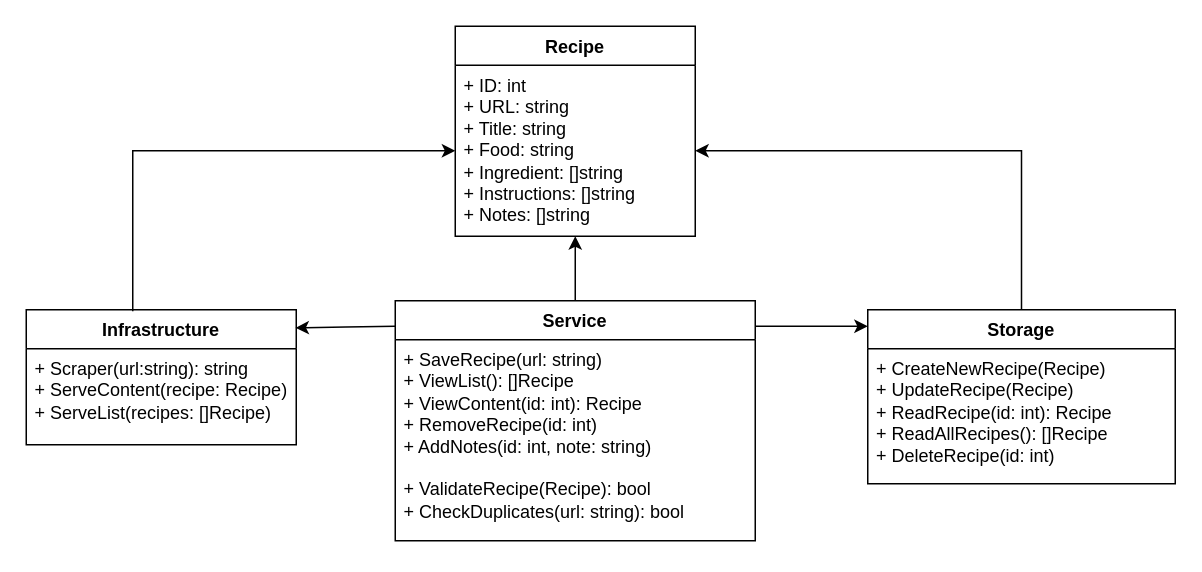
Above: docs/class_diagram.drawio in acosio14/cook-book (draw.io), before the change. Source tidied: cells renumbered, new cells numbered last; positions are measured from the earlier drawing's top-left corner, leaving out a move shared by most shapes. Both pictures are drawn from the tidied source at 150%, with x=0, y=0 at pixel (26, 26).
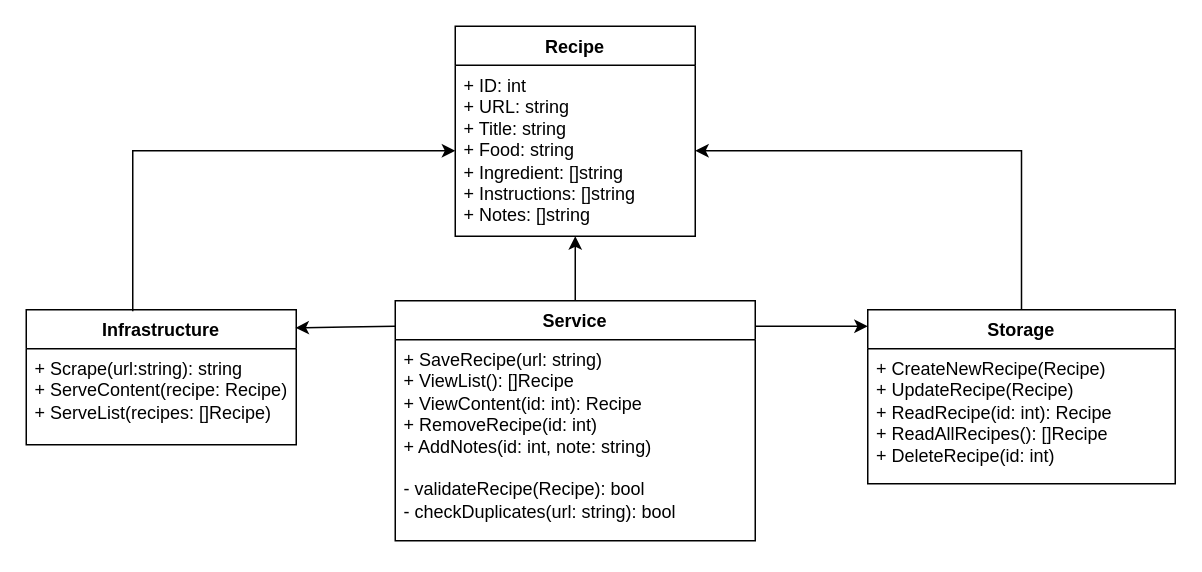
The same page after the edit.

Commit message (it also covers changes not shown here):
doc: update design with sql table schema. update diagram with correct domain definition

Change to the diagram source:
```diff
@@
 <mxGraphModel>
   <root>
     <mxCell id="0" />
     <mxCell id="1" parent="0" />
     <mxCell id="2" style="edgeStyle=orthogonalEdgeStyle;rounded=0;jettySize=auto;html=1;exitX=0.5;exitY=0;exitDx=0;exitDy=0;entryX=0.5;entryY=1;entryDx=0;entryDy=0;" parent="1" edge="1" source="7" target="3">
       <mxGeometry relative="1" as="geometry" />
     </mxCell>
     <mxCell id="3" value="Recipe" style="swimlane;fontStyle=1;align=center;verticalAlign=top;horizontal=1;startSize=26;whiteSpace=wrap;html=1;" parent="1" vertex="1">
       <mxGeometry x="286" width="160" height="140" as="geometry" />
     </mxCell>
     <mxCell id="4" value="&lt;div&gt;+ ID: int&lt;/div&gt;&lt;div&gt;+ URL: string&lt;/div&gt;&lt;div&gt;+ Title: string&lt;/div&gt;&lt;div&gt;+ Food: string&lt;/div&gt;&lt;div&gt;+ Ingredient: []string&lt;/div&gt;&lt;div&gt;+ Instructions: []string&lt;/div&gt;&lt;div&gt;+ Notes: []string&lt;/div&gt;" style="text;strokeColor=none;fillColor=none;align=left;verticalAlign=top;spacingLeft=4;spacingRight=4;overflow=hidden;points=[[0,0.5],[1,0.5]];portConstraint=eastwest;whiteSpace=wrap;html=1;" parent="3" vertex="1">
       <mxGeometry y="26" width="160" height="114" as="geometry" />
     </mxCell>
     <mxCell id="5" value="Storage" style="swimlane;fontStyle=1;align=center;verticalAlign=top;horizontal=1;startSize=26;whiteSpace=wrap;html=1;" parent="1" vertex="1">
       <mxGeometry x="561" y="189" width="205" height="116" as="geometry" />
     </mxCell>
     <mxCell id="6" value="&lt;div&gt;+ CreateNewRecipe(Recipe)&lt;/div&gt;&lt;div&gt;+ UpdateRecipe(Recipe)&lt;/div&gt;&lt;div&gt;+ ReadRecipe(id: int): Recipe&lt;/div&gt;&lt;div&gt;+ ReadAllRecipes(): []Recipe&lt;/div&gt;&lt;div&gt;+ DeleteRecipe(id: int)&lt;/div&gt;" style="text;strokeColor=none;fillColor=none;align=left;verticalAlign=top;spacingLeft=4;spacingRight=4;overflow=hidden;whiteSpace=wrap;html=1;" parent="5" vertex="1">
       <mxGeometry y="26" width="205" height="90" as="geometry" />
     </mxCell>
     <mxCell id="7" value="Service" style="swimlane;fontStyle=1;align=center;verticalAlign=top;horizontal=1;startSize=26;whiteSpace=wrap;html=1;" parent="1" vertex="1">
       <mxGeometry x="246" y="183" width="240" height="160" as="geometry" />
     </mxCell>
-    <mxCell id="8" value="&lt;div&gt;+ SaveRecipe(url: string)&lt;/div&gt;&lt;div&gt;+ ViewList(): []Recipe&lt;/div&gt;&lt;div&gt;+ ViewContent(id: int): Recipe&amp;nbsp;&lt;/div&gt;&lt;div&gt;+ RemoveRecipe(id: int)&lt;br&gt;+ AddNotes(id: int, note: string)&lt;/div&gt;&lt;div&gt;&lt;br&gt;&lt;/div&gt;&lt;div&gt;+ ValidateRecipe(Recipe): bool&lt;/div&gt;&lt;div&gt;+ CheckDuplicates(url: string): bool&lt;/div&gt;&lt;div&gt;&lt;br&gt;&lt;/div&gt;" style="text;strokeColor=none;fillColor=none;align=left;verticalAlign=top;spacingLeft=4;spacingRight=4;overflow=hidden;whiteSpace=wrap;html=1;" parent="7" vertex="1">
+    <mxCell id="8" value="&lt;div&gt;+ SaveRecipe(url: string)&lt;/div&gt;&lt;div&gt;+ ViewList(): []Recipe&lt;/div&gt;&lt;div&gt;+ ViewContent(id: int): Recipe&amp;nbsp;&lt;/div&gt;&lt;div&gt;+ RemoveRecipe(id: int)&lt;br&gt;+ AddNotes(id: int, note: string)&lt;/div&gt;&lt;div&gt;&lt;br&gt;&lt;/div&gt;&lt;div&gt;- validateRecipe(Recipe): bool&lt;/div&gt;&lt;div&gt;- checkDuplicates(url: string): bool&lt;/div&gt;&lt;div&gt;&lt;br&gt;&lt;/div&gt;" style="text;strokeColor=none;fillColor=none;align=left;verticalAlign=top;spacingLeft=4;spacingRight=4;overflow=hidden;whiteSpace=wrap;html=1;" parent="7" vertex="1">
       <mxGeometry y="26" width="240" height="134" as="geometry" />
     </mxCell>
     <mxCell id="9" value="Infrastructure" style="swimlane;fontStyle=1;align=center;verticalAlign=top;horizontal=1;startSize=26;whiteSpace=wrap;html=1;" parent="1" vertex="1">
       <mxGeometry y="189" width="180" height="90" as="geometry" />
     </mxCell>
-    <mxCell id="10" value="&lt;div&gt;+ Scraper(url:string): string&lt;/div&gt;&lt;div&gt;+ ServeContent(recipe: Recipe)&lt;/div&gt;&lt;div&gt;+ ServeList(recipes: []Recipe)&lt;/div&gt;" style="text;strokeColor=none;fillColor=none;align=left;verticalAlign=top;spacingLeft=4;spacingRight=4;overflow=hidden;whiteSpace=wrap;html=1;" parent="9" vertex="1">
+    <mxCell id="10" value="&lt;div&gt;+ Scrape(url:string): string&lt;/div&gt;&lt;div&gt;+ ServeContent(recipe: Recipe)&lt;/div&gt;&lt;div&gt;+ ServeList(recipes: []Recipe)&lt;/div&gt;" style="text;strokeColor=none;fillColor=none;align=left;verticalAlign=top;spacingLeft=4;spacingRight=4;overflow=hidden;whiteSpace=wrap;html=1;" parent="9" vertex="1">
       <mxGeometry y="26" width="180" height="64" as="geometry" />
     </mxCell>
     <mxCell id="11" style="edgeStyle=orthogonalEdgeStyle;rounded=0;jettySize=auto;html=1;exitX=0.5;exitY=0;exitDx=0;exitDy=0;entryX=1;entryY=0.5;entryDx=0;entryDy=0;" parent="1" edge="1" source="5" target="4">
       <mxGeometry relative="1" as="geometry" />
     </mxCell>
     <mxCell id="12" style="edgeStyle=orthogonalEdgeStyle;rounded=0;jettySize=auto;html=1;entryX=0.997;entryY=0.134;entryDx=0;entryDy=0;entryPerimeter=0;" parent="1" edge="1" target="9">
       <mxGeometry relative="1" as="geometry">
         <mxPoint x="246" y="200" as="sourcePoint" />
       </mxGeometry>
     </mxCell>
     <mxCell id="13" style="edgeStyle=orthogonalEdgeStyle;rounded=0;orthogonalLoop=1;jettySize=auto;html=1;" parent="1" edge="1">
       <mxGeometry relative="1" as="geometry">
         <mxPoint x="486" y="200" as="sourcePoint" />
         <mxPoint x="561" y="200" as="targetPoint" />
         <Array as="points">
           <mxPoint x="556" y="200" />
         </Array>
       </mxGeometry>
     </mxCell>
     <mxCell id="14" style="edgeStyle=orthogonalEdgeStyle;rounded=0;jettySize=auto;html=1;entryX=0;entryY=0.5;entryDx=0;entryDy=0;" parent="1" edge="1" target="4">
       <mxGeometry relative="1" as="geometry">
         <mxPoint x="71" y="190" as="sourcePoint" />
         <Array as="points">
           <mxPoint x="71" y="83" />
         </Array>
       </mxGeometry>
     </mxCell>
   </root>
 </mxGraphModel>
```
